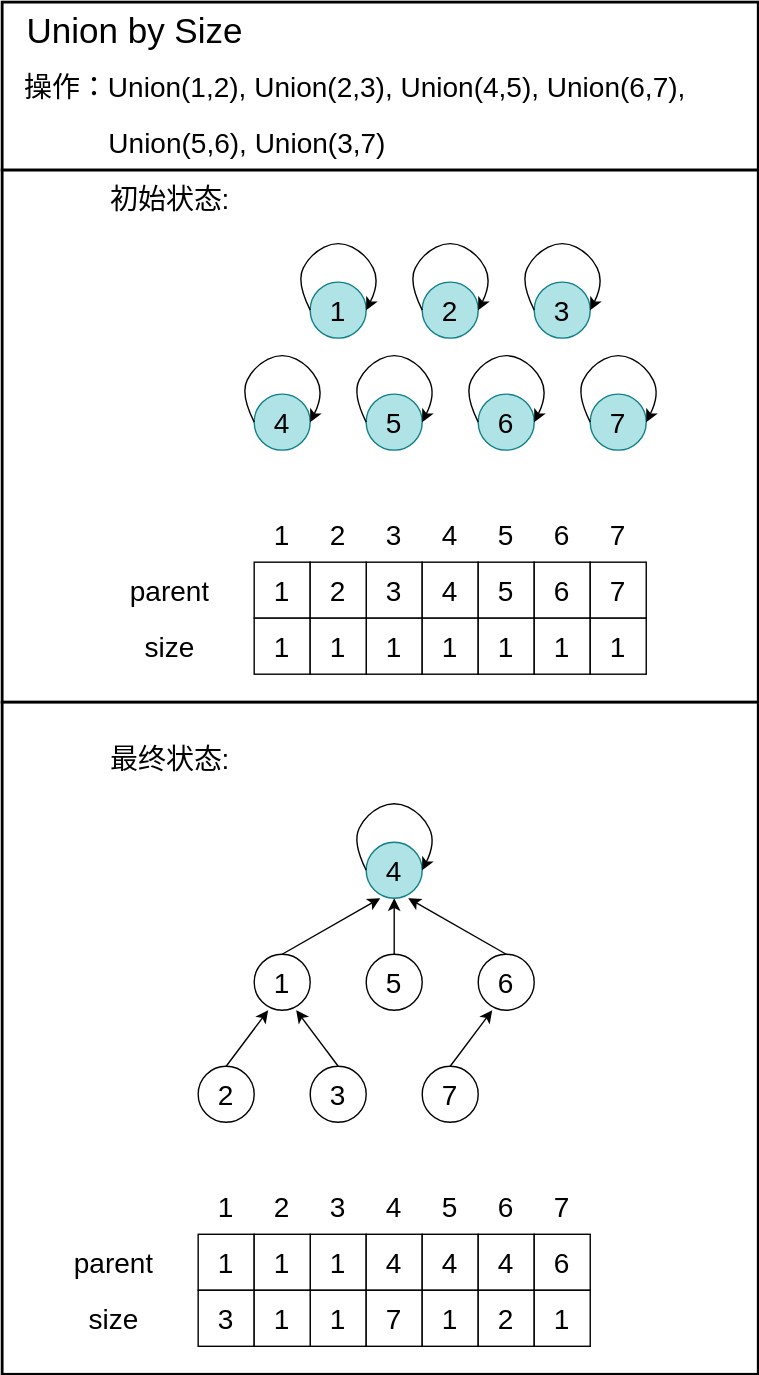
This is Algorithms/img/DisjointSet2.svg from TBD2021/Salt-and-Computer-Science, a draw.io export, as it was before one commit. Source tidied: cells renumbered, new cells last; positions are measured from the earlier drawing's top-left corner, leaving out a move shared by most shapes.
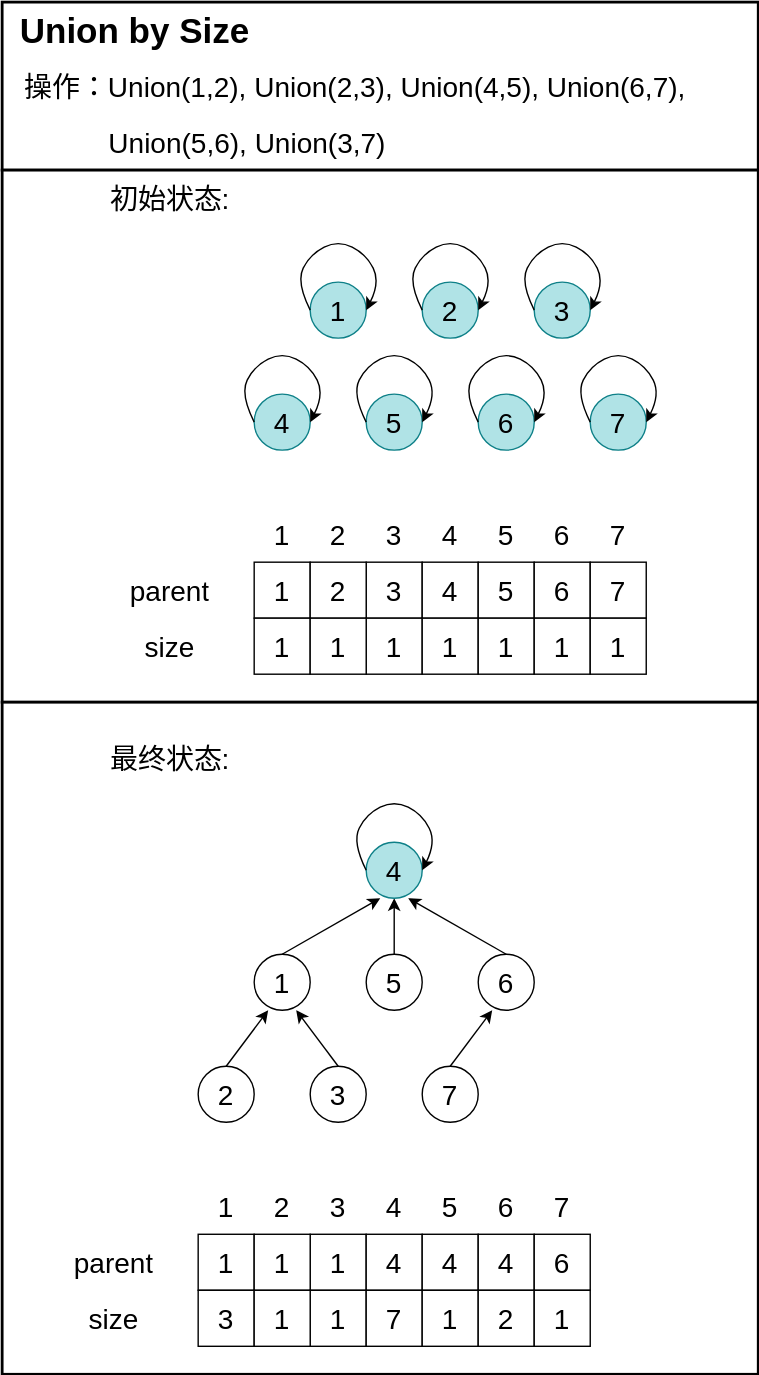
After the commit.

What changed in the source:
```diff
@@ -534,7 +534,7 @@
       </mxGeometry>
     </mxCell>
     <object id="121" label="&lt;font style=&quot;font-size: 25px;&quot;&gt;Union by Size&lt;/font&gt;" name="Variable" placeholders="1">
-      <mxCell style="text;html=1;strokeColor=none;fillColor=none;align=center;verticalAlign=middle;whiteSpace=wrap;overflow=hidden;" parent="1" vertex="1">
+      <mxCell style="text;html=1;strokeColor=none;fillColor=none;align=center;verticalAlign=middle;whiteSpace=wrap;overflow=hidden;fontStyle=1;" parent="1" vertex="1">
         <mxGeometry width="190" height="40" as="geometry" />
       </mxCell>
     </object>
```
